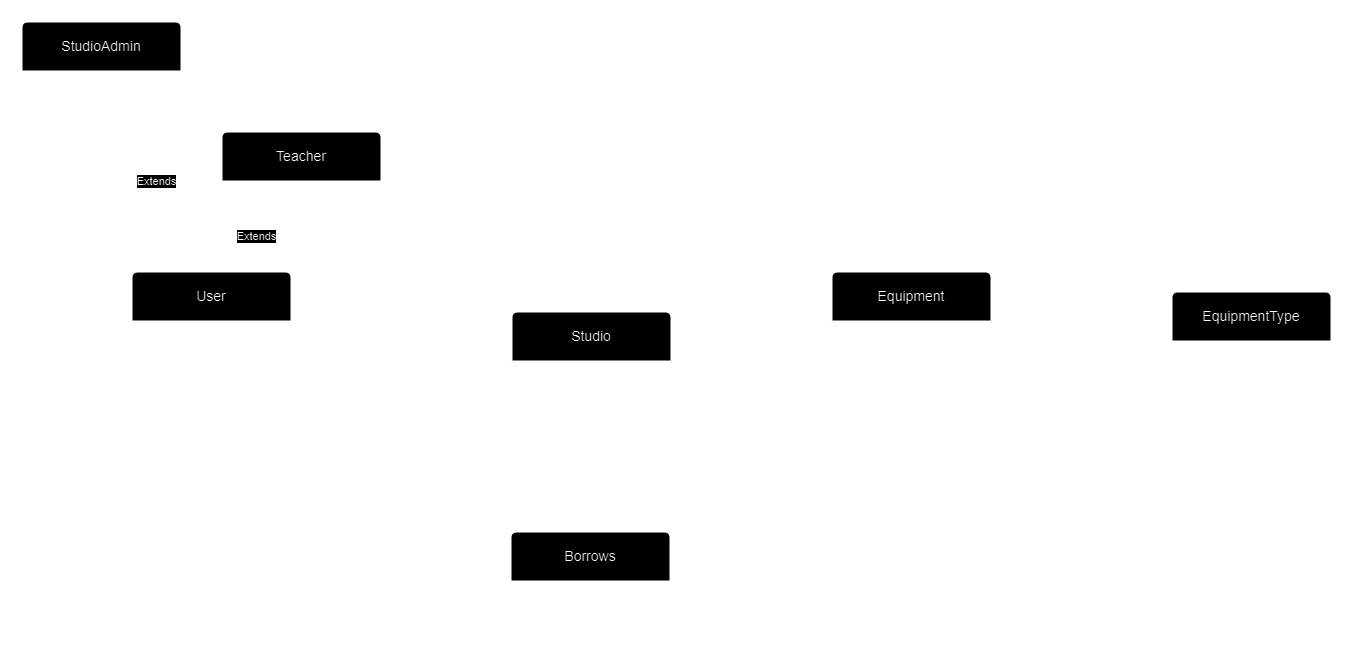
Before: ERD.png, a diagram exported from draw.io (nikitakoliada/IIS). Source tidied: cells renumbered, new cells last; positions are measured from the earlier drawing's top-left corner, leaving out a move shared by most shapes. Source of this version:
```xml
<mxGraphModel>
  <root>
    <mxCell id="0" />
    <mxCell id="1" parent="0" />
    <mxCell id="2" value="Equipment" style="swimlane;horizontal=1;startSize=50;rounded=1;fontSize=14;fontStyle=0;strokeWidth=2;shadow=0;dashed=0;align=center;arcSize=4;whiteSpace=wrap;html=1;" parent="1" vertex="1">
      <mxGeometry x="810" y="250" width="160" height="150" as="geometry" />
    </mxCell>
    <mxCell id="3" style="edgeStyle=orthogonalEdgeStyle;rounded=0;jettySize=auto;html=1;entryX=-0.022;entryY=0.461;entryDx=0;entryDy=0;endArrow=none;endFill=0;entryPerimeter=0;" parent="2" edge="1" target="4">
      <mxGeometry relative="1" as="geometry">
        <mxPoint x="-160" y="95" as="sourcePoint" />
      </mxGeometry>
    </mxCell>
    <mxCell id="4" value="+&amp;lt;&amp;lt;PK&amp;gt;&amp;gt;Id&lt;br&gt;+CreationYear&lt;br&gt;+PurchaseDate&lt;div&gt;+Image&lt;/div&gt;&lt;div&gt;+RentalPlace&lt;/div&gt;&lt;div&gt;+RentalDate&lt;/div&gt;" style="align=left;strokeColor=none;fillColor=none;spacingLeft=4;fontSize=12;verticalAlign=top;html=1;" parent="2" vertex="1">
      <mxGeometry y="50" width="160" height="100" as="geometry" />
    </mxCell>
    <mxCell id="5" value="EquipmentType" style="swimlane;horizontal=1;startSize=50;rounded=1;fontSize=14;fontStyle=0;strokeWidth=2;shadow=0;dashed=0;align=center;arcSize=4;whiteSpace=wrap;html=1;" parent="1" vertex="1">
      <mxGeometry x="1150" y="270" width="160" height="100" as="geometry" />
    </mxCell>
    <mxCell id="6" value="+&amp;lt;&amp;lt;PK&amp;gt;&amp;gt;Id&lt;br&gt;+Name" style="align=left;strokeColor=none;fillColor=none;spacingLeft=4;fontSize=12;verticalAlign=top;html=1;" parent="5" vertex="1">
      <mxGeometry y="50" width="160" height="50" as="geometry" />
    </mxCell>
    <mxCell id="7" style="edgeStyle=orthogonalEdgeStyle;rounded=0;jettySize=auto;html=1;entryX=-0.013;entryY=0.605;entryDx=0;entryDy=0;entryPerimeter=0;endArrow=none;endFill=0;" parent="1" edge="1" source="4" target="6">
      <mxGeometry relative="1" as="geometry" />
    </mxCell>
    <mxCell id="8" value="0..*" style="text;strokeColor=none;fillColor=none;spacingLeft=4;spacingRight=4;overflow=hidden;fontSize=12;whiteSpace=wrap;html=1;" parent="1" vertex="1">
      <mxGeometry x="970" y="325" width="40" height="30" as="geometry" />
    </mxCell>
    <mxCell id="9" value="1" style="text;strokeColor=none;fillColor=none;spacingLeft=4;spacingRight=4;overflow=hidden;fontSize=12;whiteSpace=wrap;html=1;" parent="1" vertex="1">
      <mxGeometry x="1130" y="330" width="40" height="30" as="geometry" />
    </mxCell>
    <mxCell id="10" value="User" style="swimlane;horizontal=1;startSize=50;rounded=1;fontSize=14;fontStyle=0;strokeWidth=2;shadow=0;dashed=0;align=center;arcSize=4;whiteSpace=wrap;html=1;" parent="1" vertex="1">
      <mxGeometry x="110" y="250" width="160" height="150" as="geometry" />
    </mxCell>
    <mxCell id="11" value="+&amp;lt;&amp;lt;PK&amp;gt;&amp;gt;Id&lt;br&gt;+Name&lt;br&gt;+Email&lt;div&gt;+PhoneNumber&lt;/div&gt;&lt;div&gt;+Address&lt;/div&gt;&lt;div&gt;+BirthDate&lt;/div&gt;" style="align=left;strokeColor=none;fillColor=none;spacingLeft=4;fontSize=12;verticalAlign=top;html=1;" parent="10" vertex="1">
      <mxGeometry y="50" width="160" height="100" as="geometry" />
    </mxCell>
    <mxCell id="12" style="edgeStyle=orthogonalEdgeStyle;rounded=0;jettySize=auto;html=1;entryX=0;entryY=0.5;entryDx=0;entryDy=0;endArrow=none;endFill=0;" parent="1" edge="1" source="11">
      <mxGeometry relative="1" as="geometry">
        <mxPoint x="490" y="350" as="targetPoint" />
      </mxGeometry>
    </mxCell>
    <mxCell id="13" value="0..*" style="text;strokeColor=none;fillColor=none;spacingLeft=4;spacingRight=4;overflow=hidden;fontSize=12;whiteSpace=wrap;html=1;" parent="1" vertex="1">
      <mxGeometry x="270" y="330" width="40" height="30" as="geometry" />
    </mxCell>
    <mxCell id="14" value="1" style="text;strokeColor=none;fillColor=none;spacingLeft=4;spacingRight=4;overflow=hidden;fontSize=12;whiteSpace=wrap;html=1;" parent="1" vertex="1">
      <mxGeometry x="470" y="330" width="40" height="30" as="geometry" />
    </mxCell>
    <mxCell id="15" value="Assigned to" style="text;strokeColor=none;fillColor=none;spacingLeft=4;spacingRight=4;overflow=hidden;fontSize=12;whiteSpace=wrap;html=1;" parent="1" vertex="1">
      <mxGeometry x="340" y="330" width="90" height="30" as="geometry" />
    </mxCell>
    <mxCell id="16" value="Studio" style="swimlane;horizontal=1;startSize=50;rounded=1;fontSize=14;fontStyle=0;strokeWidth=2;shadow=0;dashed=0;align=center;arcSize=4;whiteSpace=wrap;html=1;" parent="1" vertex="1">
      <mxGeometry x="490" y="290" width="160" height="100" as="geometry" />
    </mxCell>
    <mxCell id="17" value="+&amp;lt;&amp;lt;PK&amp;gt;&amp;gt;Id&lt;br&gt;+Name" style="align=left;strokeColor=none;fillColor=none;spacingLeft=4;fontSize=12;verticalAlign=top;html=1;" parent="16" vertex="1">
      <mxGeometry y="50" width="160" height="50" as="geometry" />
    </mxCell>
    <mxCell id="18" value="Owns" style="text;strokeColor=none;fillColor=none;spacingLeft=4;spacingRight=4;overflow=hidden;fontSize=12;whiteSpace=wrap;html=1;" parent="1" vertex="1">
      <mxGeometry x="710" y="325" width="160" height="30" as="geometry" />
    </mxCell>
    <mxCell id="19" value="1" style="text;strokeColor=none;fillColor=none;spacingLeft=4;spacingRight=4;overflow=hidden;fontSize=12;whiteSpace=wrap;html=1;" parent="1" vertex="1">
      <mxGeometry x="650" y="325" width="20" height="30" as="geometry" />
    </mxCell>
    <mxCell id="20" value="0..*" style="text;strokeColor=none;fillColor=none;spacingLeft=4;spacingRight=4;overflow=hidden;fontSize=12;whiteSpace=wrap;html=1;" parent="1" vertex="1">
      <mxGeometry x="781" y="324" width="29" height="30" as="geometry" />
    </mxCell>
    <mxCell id="21" value="0..*" style="text;strokeColor=none;fillColor=none;spacingLeft=4;spacingRight=4;overflow=hidden;fontSize=12;whiteSpace=wrap;html=1;" parent="1" vertex="1">
      <mxGeometry x="250" y="399" width="40" height="30" as="geometry" />
    </mxCell>
    <mxCell id="22" value="Can borrow" style="text;strokeColor=none;fillColor=none;spacingLeft=4;spacingRight=4;overflow=hidden;fontSize=12;whiteSpace=wrap;html=1;" parent="1" vertex="1">
      <mxGeometry x="529" y="440" width="90" height="30" as="geometry" />
    </mxCell>
    <mxCell id="23" value="0..*" style="text;strokeColor=none;fillColor=none;spacingLeft=4;spacingRight=4;overflow=hidden;fontSize=12;whiteSpace=wrap;html=1;" parent="1" vertex="1">
      <mxGeometry x="822" y="399" width="40" height="30" as="geometry" />
    </mxCell>
    <mxCell id="24" style="edgeStyle=orthogonalEdgeStyle;rounded=0;jettySize=auto;html=1;entryX=0.25;entryY=1;entryDx=0;entryDy=0;endArrow=none;endFill=0;" parent="1" edge="1" target="4">
      <mxGeometry relative="1" as="geometry">
        <mxPoint x="250" y="400" as="sourcePoint" />
        <Array as="points">
          <mxPoint x="250" y="470" />
          <mxPoint x="850" y="470" />
        </Array>
      </mxGeometry>
    </mxCell>
    <mxCell id="25" value="Borrows" style="swimlane;horizontal=1;startSize=50;rounded=1;fontSize=14;fontStyle=0;strokeWidth=2;shadow=0;dashed=0;align=center;arcSize=4;whiteSpace=wrap;html=1;" parent="1" vertex="1">
      <mxGeometry x="489" y="510" width="160" height="120" as="geometry" />
    </mxCell>
    <mxCell id="26" value="+&amp;lt;&amp;lt;PK&amp;gt;&amp;gt;Id&lt;br&gt;+FromData&lt;div&gt;+ToDate&lt;/div&gt;&lt;div&gt;+State&lt;/div&gt;" style="align=left;strokeColor=none;fillColor=none;spacingLeft=4;fontSize=12;verticalAlign=top;html=1;" parent="25" vertex="1">
      <mxGeometry y="50" width="160" height="70" as="geometry" />
    </mxCell>
    <mxCell id="27" style="edgeStyle=orthogonalEdgeStyle;rounded=0;jettySize=auto;html=1;entryX=0;entryY=0.25;entryDx=0;entryDy=0;endArrow=none;endFill=0;" parent="1" edge="1" source="11" target="26">
      <mxGeometry relative="1" as="geometry">
        <Array as="points">
          <mxPoint x="190" y="580" />
          <mxPoint x="490" y="580" />
          <mxPoint x="490" y="578" />
        </Array>
      </mxGeometry>
    </mxCell>
    <mxCell id="28" style="edgeStyle=orthogonalEdgeStyle;rounded=0;jettySize=auto;html=1;entryX=1;entryY=0.5;entryDx=0;entryDy=0;endArrow=none;endFill=0;" parent="1" edge="1" source="4" target="26">
      <mxGeometry relative="1" as="geometry">
        <Array as="points">
          <mxPoint x="890" y="580" />
          <mxPoint x="650" y="580" />
          <mxPoint x="650" y="595" />
        </Array>
      </mxGeometry>
    </mxCell>
    <mxCell id="29" value="1" style="text;strokeColor=none;fillColor=none;spacingLeft=4;spacingRight=4;overflow=hidden;fontSize=12;whiteSpace=wrap;html=1;" parent="1" vertex="1">
      <mxGeometry x="190" y="400" width="40" height="30" as="geometry" />
    </mxCell>
    <mxCell id="30" value="0..*" style="text;strokeColor=none;fillColor=none;spacingLeft=4;spacingRight=4;overflow=hidden;fontSize=12;whiteSpace=wrap;html=1;" parent="1" vertex="1">
      <mxGeometry x="460" y="555" width="40" height="30" as="geometry" />
    </mxCell>
    <mxCell id="31" value="0..*" style="text;strokeColor=none;fillColor=none;spacingLeft=4;spacingRight=4;overflow=hidden;fontSize=12;whiteSpace=wrap;html=1;" parent="1" vertex="1">
      <mxGeometry x="649" y="555" width="40" height="30" as="geometry" />
    </mxCell>
    <mxCell id="32" value="1" style="text;strokeColor=none;fillColor=none;spacingLeft=4;spacingRight=4;overflow=hidden;fontSize=12;whiteSpace=wrap;html=1;" parent="1" vertex="1">
      <mxGeometry x="890" y="396" width="40" height="30" as="geometry" />
    </mxCell>
    <mxCell id="33" style="edgeStyle=orthogonalEdgeStyle;rounded=0;jettySize=auto;html=1;entryX=0.25;entryY=0;entryDx=0;entryDy=0;endArrow=none;endFill=0;" parent="1" edge="1" source="34" target="16">
      <mxGeometry relative="1" as="geometry" />
    </mxCell>
    <mxCell id="34" value="Teacher" style="swimlane;horizontal=1;startSize=50;rounded=1;fontSize=14;fontStyle=0;strokeWidth=2;shadow=0;dashed=0;align=center;arcSize=4;whiteSpace=wrap;html=1;" parent="1" vertex="1">
      <mxGeometry x="200" y="110" width="160" height="70" as="geometry" />
    </mxCell>
    <mxCell id="35" value="Extends" style="endArrow=block;endSize=16;endFill=0;html=1;rounded=0;exitX=0.5;exitY=1;exitDx=0;exitDy=0;entryX=0.5;entryY=0;entryDx=0;entryDy=0;" parent="1" edge="1" source="34" target="10">
      <mxGeometry relative="1" as="geometry" />
    </mxCell>
    <mxCell id="36" style="edgeStyle=orthogonalEdgeStyle;rounded=0;jettySize=auto;html=1;entryX=0.75;entryY=0;entryDx=0;entryDy=0;endArrow=none;endFill=0;" parent="1" edge="1" source="37" target="16">
      <mxGeometry relative="1" as="geometry" />
    </mxCell>
    <mxCell id="37" value="StudioAdmin" style="swimlane;horizontal=1;startSize=50;rounded=1;fontSize=14;fontStyle=0;strokeWidth=2;shadow=0;dashed=0;align=center;arcSize=4;whiteSpace=wrap;html=1;" parent="1" vertex="1">
      <mxGeometry width="160" height="70" as="geometry" />
    </mxCell>
    <mxCell id="38" value="1" style="text;strokeColor=none;fillColor=none;spacingLeft=4;spacingRight=4;overflow=hidden;fontSize=12;whiteSpace=wrap;html=1;" parent="1" vertex="1">
      <mxGeometry x="160" y="10" width="40" height="30" as="geometry" />
    </mxCell>
    <mxCell id="39" value="1..*" style="text;strokeColor=none;fillColor=none;spacingLeft=4;spacingRight=4;overflow=hidden;fontSize=12;whiteSpace=wrap;html=1;" parent="1" vertex="1">
      <mxGeometry x="360" y="120" width="40" height="30" as="geometry" />
    </mxCell>
    <mxCell id="40" value="0..*" style="text;strokeColor=none;fillColor=none;spacingLeft=4;spacingRight=4;overflow=hidden;fontSize=12;whiteSpace=wrap;html=1;" parent="1" vertex="1">
      <mxGeometry x="529" y="266" width="40" height="30" as="geometry" />
    </mxCell>
    <mxCell id="41" value="0..*" style="text;strokeColor=none;fillColor=none;spacingLeft=4;spacingRight=4;overflow=hidden;fontSize=12;whiteSpace=wrap;html=1;" parent="1" vertex="1">
      <mxGeometry x="610" y="266" width="40" height="30" as="geometry" />
    </mxCell>
    <mxCell id="42" value="Manages" style="text;strokeColor=none;fillColor=none;spacingLeft=4;spacingRight=4;overflow=hidden;fontSize=12;whiteSpace=wrap;html=1;" parent="1" vertex="1">
      <mxGeometry x="380" y="10" width="90" height="30" as="geometry" />
    </mxCell>
    <mxCell id="43" value="Teaches in" style="text;strokeColor=none;fillColor=none;spacingLeft=4;spacingRight=4;overflow=hidden;fontSize=12;whiteSpace=wrap;html=1;" parent="1" vertex="1">
      <mxGeometry x="420" y="120" width="90" height="30" as="geometry" />
    </mxCell>
    <mxCell id="44" value="Extends" style="endArrow=block;endSize=16;endFill=0;html=1;rounded=0;exitX=0.5;exitY=1;exitDx=0;exitDy=0;entryX=0.5;entryY=0;entryDx=0;entryDy=0;" parent="1" edge="1" source="37" target="10">
      <mxGeometry relative="1" as="geometry" />
    </mxCell>
  </root>
</mxGraphModel>
```
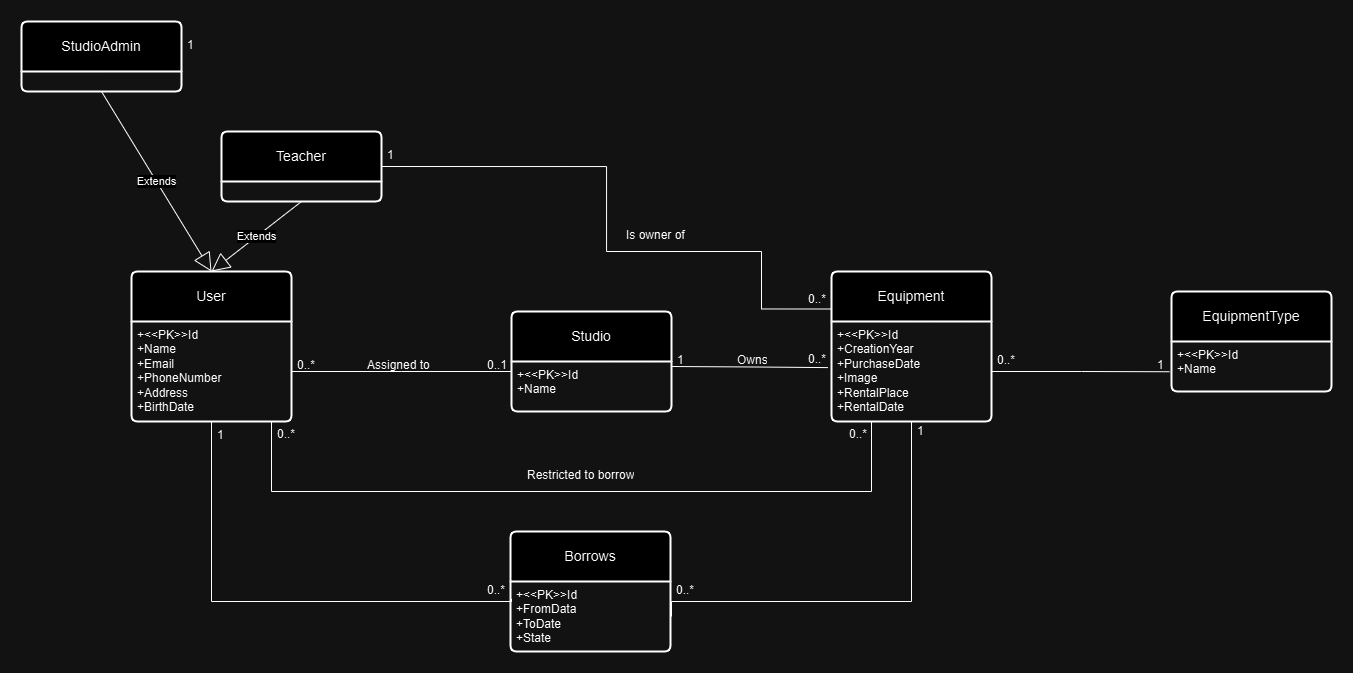
Above is the later version.

Change to the diagram source:
```diff
@@ -42,8 +42,8 @@
     <mxCell id="13" value="0..*" style="text;strokeColor=none;fillColor=none;spacingLeft=4;spacingRight=4;overflow=hidden;fontSize=12;whiteSpace=wrap;html=1;" parent="1" vertex="1">
       <mxGeometry x="270" y="330" width="40" height="30" as="geometry" />
     </mxCell>
-    <mxCell id="14" value="1" style="text;strokeColor=none;fillColor=none;spacingLeft=4;spacingRight=4;overflow=hidden;fontSize=12;whiteSpace=wrap;html=1;" parent="1" vertex="1">
-      <mxGeometry x="470" y="330" width="40" height="30" as="geometry" />
+    <mxCell id="14" value="0..1" style="text;strokeColor=none;fillColor=none;spacingLeft=4;spacingRight=4;overflow=hidden;fontSize=12;whiteSpace=wrap;html=1;" parent="1" vertex="1">
+      <mxGeometry x="460" y="330" width="40" height="30" as="geometry" />
     </mxCell>
     <mxCell id="15" value="Assigned to" style="text;strokeColor=none;fillColor=none;spacingLeft=4;spacingRight=4;overflow=hidden;fontSize=12;whiteSpace=wrap;html=1;" parent="1" vertex="1">
       <mxGeometry x="340" y="330" width="90" height="30" as="geometry" />
@@ -55,7 +55,7 @@
       <mxGeometry y="50" width="160" height="50" as="geometry" />
     </mxCell>
     <mxCell id="18" value="Owns" style="text;strokeColor=none;fillColor=none;spacingLeft=4;spacingRight=4;overflow=hidden;fontSize=12;whiteSpace=wrap;html=1;" parent="1" vertex="1">
-      <mxGeometry x="710" y="325" width="160" height="30" as="geometry" />
+      <mxGeometry x="710" y="325" width="40" height="30" as="geometry" />
     </mxCell>
     <mxCell id="19" value="1" style="text;strokeColor=none;fillColor=none;spacingLeft=4;spacingRight=4;overflow=hidden;fontSize=12;whiteSpace=wrap;html=1;" parent="1" vertex="1">
       <mxGeometry x="650" y="325" width="20" height="30" as="geometry" />
@@ -66,8 +66,8 @@
     <mxCell id="21" value="0..*" style="text;strokeColor=none;fillColor=none;spacingLeft=4;spacingRight=4;overflow=hidden;fontSize=12;whiteSpace=wrap;html=1;" parent="1" vertex="1">
       <mxGeometry x="250" y="399" width="40" height="30" as="geometry" />
     </mxCell>
-    <mxCell id="22" value="Can borrow" style="text;strokeColor=none;fillColor=none;spacingLeft=4;spacingRight=4;overflow=hidden;fontSize=12;whiteSpace=wrap;html=1;" parent="1" vertex="1">
-      <mxGeometry x="529" y="440" width="90" height="30" as="geometry" />
+    <mxCell id="22" value="Restricted to borrow" style="text;strokeColor=none;fillColor=none;spacingLeft=4;spacingRight=4;overflow=hidden;fontSize=12;whiteSpace=wrap;html=1;" parent="1" vertex="1">
+      <mxGeometry x="500" y="440" width="119" height="30" as="geometry" />
     </mxCell>
     <mxCell id="23" value="0..*" style="text;strokeColor=none;fillColor=none;spacingLeft=4;spacingRight=4;overflow=hidden;fontSize=12;whiteSpace=wrap;html=1;" parent="1" vertex="1">
       <mxGeometry x="822" y="399" width="40" height="30" as="geometry" />
@@ -117,41 +117,39 @@
     <mxCell id="32" value="1" style="text;strokeColor=none;fillColor=none;spacingLeft=4;spacingRight=4;overflow=hidden;fontSize=12;whiteSpace=wrap;html=1;" parent="1" vertex="1">
       <mxGeometry x="890" y="396" width="40" height="30" as="geometry" />
     </mxCell>
-    <mxCell id="33" style="edgeStyle=orthogonalEdgeStyle;rounded=0;jettySize=auto;html=1;entryX=0.25;entryY=0;entryDx=0;entryDy=0;endArrow=none;endFill=0;" parent="1" edge="1" source="34" target="16">
-      <mxGeometry relative="1" as="geometry" />
-    </mxCell>
     <mxCell id="34" value="Teacher" style="swimlane;horizontal=1;startSize=50;rounded=1;fontSize=14;fontStyle=0;strokeWidth=2;shadow=0;dashed=0;align=center;arcSize=4;whiteSpace=wrap;html=1;" parent="1" vertex="1">
       <mxGeometry x="200" y="110" width="160" height="70" as="geometry" />
     </mxCell>
     <mxCell id="35" value="Extends" style="endArrow=block;endSize=16;endFill=0;html=1;rounded=0;exitX=0.5;exitY=1;exitDx=0;exitDy=0;entryX=0.5;entryY=0;entryDx=0;entryDy=0;" parent="1" edge="1" source="34" target="10">
       <mxGeometry relative="1" as="geometry" />
     </mxCell>
-    <mxCell id="36" style="edgeStyle=orthogonalEdgeStyle;rounded=0;jettySize=auto;html=1;entryX=0.75;entryY=0;entryDx=0;entryDy=0;endArrow=none;endFill=0;" parent="1" edge="1" source="37" target="16">
-      <mxGeometry relative="1" as="geometry" />
-    </mxCell>
     <mxCell id="37" value="StudioAdmin" style="swimlane;horizontal=1;startSize=50;rounded=1;fontSize=14;fontStyle=0;strokeWidth=2;shadow=0;dashed=0;align=center;arcSize=4;whiteSpace=wrap;html=1;" parent="1" vertex="1">
       <mxGeometry width="160" height="70" as="geometry" />
     </mxCell>
     <mxCell id="38" value="1" style="text;strokeColor=none;fillColor=none;spacingLeft=4;spacingRight=4;overflow=hidden;fontSize=12;whiteSpace=wrap;html=1;" parent="1" vertex="1">
       <mxGeometry x="160" y="10" width="40" height="30" as="geometry" />
     </mxCell>
-    <mxCell id="39" value="1..*" style="text;strokeColor=none;fillColor=none;spacingLeft=4;spacingRight=4;overflow=hidden;fontSize=12;whiteSpace=wrap;html=1;" parent="1" vertex="1">
-      <mxGeometry x="360" y="120" width="40" height="30" as="geometry" />
-    </mxCell>
-    <mxCell id="40" value="0..*" style="text;strokeColor=none;fillColor=none;spacingLeft=4;spacingRight=4;overflow=hidden;fontSize=12;whiteSpace=wrap;html=1;" parent="1" vertex="1">
-      <mxGeometry x="529" y="266" width="40" height="30" as="geometry" />
-    </mxCell>
-    <mxCell id="41" value="0..*" style="text;strokeColor=none;fillColor=none;spacingLeft=4;spacingRight=4;overflow=hidden;fontSize=12;whiteSpace=wrap;html=1;" parent="1" vertex="1">
-      <mxGeometry x="610" y="266" width="40" height="30" as="geometry" />
-    </mxCell>
-    <mxCell id="42" value="Manages" style="text;strokeColor=none;fillColor=none;spacingLeft=4;spacingRight=4;overflow=hidden;fontSize=12;whiteSpace=wrap;html=1;" parent="1" vertex="1">
-      <mxGeometry x="380" y="10" width="90" height="30" as="geometry" />
-    </mxCell>
-    <mxCell id="43" value="Teaches in" style="text;strokeColor=none;fillColor=none;spacingLeft=4;spacingRight=4;overflow=hidden;fontSize=12;whiteSpace=wrap;html=1;" parent="1" vertex="1">
-      <mxGeometry x="420" y="120" width="90" height="30" as="geometry" />
-    </mxCell>
     <mxCell id="44" value="Extends" style="endArrow=block;endSize=16;endFill=0;html=1;rounded=0;exitX=0.5;exitY=1;exitDx=0;exitDy=0;entryX=0.5;entryY=0;entryDx=0;entryDy=0;" parent="1" edge="1" source="37" target="10">
       <mxGeometry relative="1" as="geometry" />
     </mxCell>
+    <mxCell id="45" style="edgeStyle=orthogonalEdgeStyle;rounded=0;jettySize=auto;html=1;entryX=0;entryY=0.25;entryDx=0;entryDy=0;endArrow=none;endFill=0;exitX=1;exitY=0.5;exitDx=0;exitDy=0;" parent="1" edge="1" source="34" target="2">
+      <mxGeometry relative="1" as="geometry">
+        <Array as="points">
+          <mxPoint x="585" y="145" />
+          <mxPoint x="585" y="230" />
+          <mxPoint x="740" y="230" />
+          <mxPoint x="740" y="288" />
+        </Array>
+      </mxGeometry>
+    </mxCell>
+    <mxCell id="46" value="0..*" style="text;strokeColor=none;fillColor=none;spacingLeft=4;spacingRight=4;overflow=hidden;fontSize=12;whiteSpace=wrap;html=1;" parent="1" vertex="1">
+      <mxGeometry x="781" y="264" width="29" height="30" as="geometry" />
+    </mxCell>
+    <mxCell id="47" value="1" style="text;strokeColor=none;fillColor=none;spacingLeft=4;spacingRight=4;overflow=hidden;fontSize=12;whiteSpace=wrap;html=1;" parent="1" vertex="1">
+      <mxGeometry x="360" y="120" width="29" height="30" as="geometry" />
+    </mxCell>
+    <mxCell id="48" value="Is owner of&amp;nbsp;" style="text;strokeColor=none;fillColor=none;spacingLeft=4;spacingRight=4;overflow=hidden;fontSize=12;whiteSpace=wrap;html=1;" parent="1" vertex="1">
+      <mxGeometry x="599" y="200" width="90" height="30" as="geometry" />
+    </mxCell>
   </root>
 </mxGraphModel>
```
